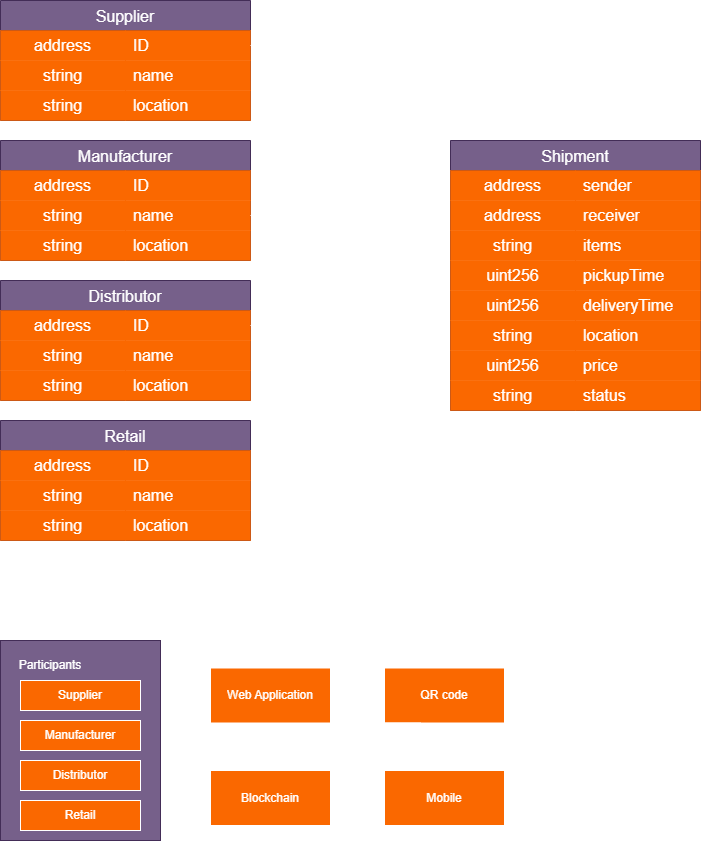
Before: gambar/sistem.png, a diagram exported from draw.io (AdityaPTN/ubikom-project). Source tidied: cells renumbered, new cells last; positions are measured from the earlier drawing's top-left corner, leaving out a move shared by most shapes.
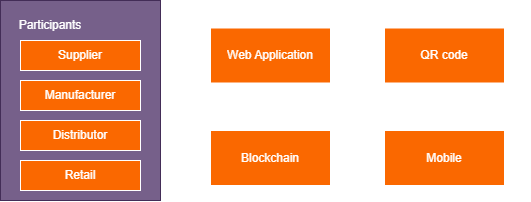
After the commit.

Change to the diagram source:
```diff
@@ -4,214 +4,2 @@
     <mxCell id="1" parent="0" />
-    <mxCell id="2" value="Supplier" style="shape=table;startSize=30;rowLines=0;fontStyle=0;fontSize=16;fillColor=#76608a;strokeColor=#432D57;fontColor=#ffffff;" parent="1" vertex="1">
-      <mxGeometry width="250" height="120" as="geometry" />
-    </mxCell>
-    <mxCell id="3" style="shape=tableRow;horizontal=0;startSize=0;swimlaneHead=0;swimlaneBody=0;top=0;left=0;bottom=0;right=0;points=[[0,0.5],[1,0.5]];portConstraint=eastwest;fontSize=16;fillColor=#fa6800;strokeColor=#FFFFFF;fontColor=#FFFFFF;" parent="2" vertex="1">
-      <mxGeometry y="30" width="250" height="30" as="geometry" />
-    </mxCell>
-    <mxCell id="4" value="address" style="shape=partialRectangle;html=1;whiteSpace=wrap;top=0;left=0;bottom=0;right=0;overflow=hidden;fontSize=16;fillColor=#fa6800;strokeColor=#FFFFFF;fontColor=#FFFFFF;" parent="3" vertex="1">
-      <mxGeometry width="125" height="30" as="geometry" />
-    </mxCell>
-    <mxCell id="5" value="ID" style="shape=partialRectangle;html=1;whiteSpace=wrap;top=0;left=0;bottom=0;right=0;align=left;spacingLeft=6;overflow=hidden;fontSize=16;fillColor=#fa6800;strokeColor=#FFFFFF;fontColor=#FFFFFF;" parent="3" vertex="1">
-      <mxGeometry x="125" width="125" height="30" as="geometry" />
-    </mxCell>
-    <mxCell id="6" style="shape=tableRow;horizontal=0;startSize=0;swimlaneHead=0;swimlaneBody=0;top=0;left=0;bottom=0;right=0;fontSize=16;fillColor=#fa6800;strokeColor=#FFFFFF;fontColor=#FFFFFF;" parent="2" vertex="1">
-      <mxGeometry y="60" width="250" height="30" as="geometry" />
-    </mxCell>
-    <mxCell id="7" value="string" style="shape=partialRectangle;html=1;whiteSpace=wrap;top=0;left=0;bottom=0;right=0;overflow=hidden;fontSize=16;fillColor=#fa6800;strokeColor=#FFFFFF;fontColor=#FFFFFF;" parent="6" vertex="1">
-      <mxGeometry width="125" height="30" as="geometry" />
-    </mxCell>
-    <mxCell id="8" value="name" style="shape=partialRectangle;html=1;whiteSpace=wrap;top=0;left=0;bottom=0;right=0;align=left;spacingLeft=6;overflow=hidden;fontSize=16;fillColor=#fa6800;strokeColor=#FFFFFF;fontColor=#FFFFFF;" parent="6" vertex="1">
-      <mxGeometry x="125" width="125" height="30" as="geometry" />
-    </mxCell>
-    <mxCell id="9" style="shape=tableRow;horizontal=0;startSize=0;swimlaneHead=0;swimlaneBody=0;top=0;left=0;bottom=0;right=0;fontSize=16;fillColor=#fa6800;strokeColor=#FFFFFF;fontColor=#FFFFFF;" parent="2" vertex="1">
-      <mxGeometry y="90" width="250" height="30" as="geometry" />
-    </mxCell>
-    <mxCell id="10" value="string" style="shape=partialRectangle;html=1;whiteSpace=wrap;top=0;left=0;bottom=0;right=0;overflow=hidden;fontSize=16;fillColor=#fa6800;strokeColor=#FFFFFF;fontColor=#FFFFFF;" parent="9" vertex="1">
-      <mxGeometry width="125" height="30" as="geometry" />
-    </mxCell>
-    <mxCell id="11" value="location" style="shape=partialRectangle;html=1;whiteSpace=wrap;top=0;left=0;bottom=0;right=0;align=left;spacingLeft=6;overflow=hidden;fontSize=16;fillColor=#fa6800;strokeColor=#FFFFFF;fontColor=#FFFFFF;" parent="9" vertex="1">
-      <mxGeometry x="125" width="125" height="30" as="geometry" />
-    </mxCell>
-    <mxCell id="12" value="Shipment" style="shape=table;startSize=30;rowLines=0;fontStyle=0;fontSize=16;fillColor=#76608a;strokeColor=#432D57;fontColor=#ffffff;" parent="1" vertex="1">
-      <mxGeometry x="450" y="140" width="250" height="270" as="geometry" />
-    </mxCell>
-    <mxCell id="13" style="shape=tableRow;horizontal=0;startSize=0;swimlaneHead=0;swimlaneBody=0;top=0;left=0;bottom=0;right=0;fontSize=16;fillColor=#fa6800;strokeColor=#FFFFFF;fontColor=#FFFFFF;" parent="12" vertex="1">
-      <mxGeometry y="30" width="250" height="30" as="geometry" />
-    </mxCell>
-    <mxCell id="14" value="address" style="shape=partialRectangle;html=1;whiteSpace=wrap;top=0;left=0;bottom=0;right=0;overflow=hidden;fontSize=16;fillColor=#fa6800;strokeColor=#FFFFFF;fontColor=#FFFFFF;" parent="13" vertex="1">
-      <mxGeometry width="125" height="30" as="geometry" />
-    </mxCell>
-    <mxCell id="15" value="sender" style="shape=partialRectangle;html=1;whiteSpace=wrap;top=0;left=0;bottom=0;right=0;align=left;spacingLeft=6;overflow=hidden;fontSize=16;fillColor=#fa6800;strokeColor=#FFFFFF;fontColor=#FFFFFF;" parent="13" vertex="1">
-      <mxGeometry x="125" width="125" height="30" as="geometry" />
-    </mxCell>
-    <mxCell id="16" style="shape=tableRow;horizontal=0;startSize=0;swimlaneHead=0;swimlaneBody=0;top=0;left=0;bottom=0;right=0;fontSize=16;fillColor=#fa6800;strokeColor=#FFFFFF;fontColor=#FFFFFF;" parent="12" vertex="1">
-      <mxGeometry y="60" width="250" height="30" as="geometry" />
-    </mxCell>
-    <mxCell id="17" value="address" style="shape=partialRectangle;html=1;whiteSpace=wrap;top=0;left=0;bottom=0;right=0;overflow=hidden;fontSize=16;fillColor=#fa6800;strokeColor=#FFFFFF;fontColor=#FFFFFF;" parent="16" vertex="1">
-      <mxGeometry width="125" height="30" as="geometry" />
-    </mxCell>
-    <mxCell id="18" value="receiver" style="shape=partialRectangle;html=1;whiteSpace=wrap;top=0;left=0;bottom=0;right=0;align=left;spacingLeft=6;overflow=hidden;fontSize=16;fillColor=#fa6800;strokeColor=#FFFFFF;fontColor=#FFFFFF;" parent="16" vertex="1">
-      <mxGeometry x="125" width="125" height="30" as="geometry" />
-    </mxCell>
-    <mxCell id="19" style="shape=tableRow;horizontal=0;startSize=0;swimlaneHead=0;swimlaneBody=0;top=0;left=0;bottom=0;right=0;fontSize=16;fillColor=#fa6800;strokeColor=#FFFFFF;fontColor=#FFFFFF;" parent="12" vertex="1">
-      <mxGeometry y="90" width="250" height="30" as="geometry" />
-    </mxCell>
-    <mxCell id="20" value="string" style="shape=partialRectangle;html=1;whiteSpace=wrap;top=0;left=0;bottom=0;right=0;overflow=hidden;fontSize=16;fillColor=#fa6800;strokeColor=#FFFFFF;fontColor=#FFFFFF;" parent="19" vertex="1">
-      <mxGeometry width="125" height="30" as="geometry" />
-    </mxCell>
-    <mxCell id="21" value="items" style="shape=partialRectangle;html=1;whiteSpace=wrap;top=0;left=0;bottom=0;right=0;align=left;spacingLeft=6;overflow=hidden;fontSize=16;fillColor=#fa6800;strokeColor=#FFFFFF;fontColor=#FFFFFF;" parent="19" vertex="1">
-      <mxGeometry x="125" width="125" height="30" as="geometry" />
-    </mxCell>
-    <mxCell id="22" style="shape=tableRow;horizontal=0;startSize=0;swimlaneHead=0;swimlaneBody=0;top=0;left=0;bottom=0;right=0;points=[[0,0.5],[1,0.5]];portConstraint=eastwest;fontSize=16;fillColor=#fa6800;strokeColor=#FFFFFF;fontColor=#FFFFFF;" parent="12" vertex="1">
-      <mxGeometry y="120" width="250" height="30" as="geometry" />
-    </mxCell>
-    <mxCell id="23" value="uint256" style="shape=partialRectangle;html=1;whiteSpace=wrap;top=0;left=0;bottom=0;right=0;overflow=hidden;fontSize=16;fillColor=#fa6800;strokeColor=#FFFFFF;fontColor=#FFFFFF;" parent="22" vertex="1">
-      <mxGeometry width="125" height="30" as="geometry" />
-    </mxCell>
-    <mxCell id="24" value="pickupTime" style="shape=partialRectangle;html=1;whiteSpace=wrap;top=0;left=0;bottom=0;right=0;align=left;spacingLeft=6;overflow=hidden;fontSize=16;fillColor=#fa6800;strokeColor=#FFFFFF;fontColor=#FFFFFF;" parent="22" vertex="1">
-      <mxGeometry x="125" width="125" height="30" as="geometry" />
-    </mxCell>
-    <mxCell id="25" style="shape=tableRow;horizontal=0;startSize=0;swimlaneHead=0;swimlaneBody=0;top=0;left=0;bottom=0;right=0;fontSize=16;fillColor=#fa6800;strokeColor=#FFFFFF;fontColor=#FFFFFF;" parent="12" vertex="1">
-      <mxGeometry y="150" width="250" height="30" as="geometry" />
-    </mxCell>
-    <mxCell id="26" value="uint256" style="shape=partialRectangle;html=1;whiteSpace=wrap;top=0;left=0;bottom=0;right=0;overflow=hidden;fontSize=16;fillColor=#fa6800;strokeColor=#FFFFFF;fontColor=#FFFFFF;" parent="25" vertex="1">
-      <mxGeometry width="125" height="30" as="geometry" />
-    </mxCell>
-    <mxCell id="27" value="deliveryTime" style="shape=partialRectangle;html=1;whiteSpace=wrap;top=0;left=0;bottom=0;right=0;align=left;spacingLeft=6;overflow=hidden;fontSize=16;fillColor=#fa6800;strokeColor=#FFFFFF;fontColor=#FFFFFF;" parent="25" vertex="1">
-      <mxGeometry x="125" width="125" height="30" as="geometry" />
-    </mxCell>
-    <mxCell id="28" style="shape=tableRow;horizontal=0;startSize=0;swimlaneHead=0;swimlaneBody=0;top=0;left=0;bottom=0;right=0;fontSize=16;fillColor=#fa6800;strokeColor=#FFFFFF;fontColor=#FFFFFF;" parent="12" vertex="1">
-      <mxGeometry y="180" width="250" height="30" as="geometry" />
-    </mxCell>
-    <mxCell id="29" value="string" style="shape=partialRectangle;html=1;whiteSpace=wrap;top=0;left=0;bottom=0;right=0;overflow=hidden;fontSize=16;fillColor=#fa6800;strokeColor=#FFFFFF;fontColor=#FFFFFF;" parent="28" vertex="1">
-      <mxGeometry width="125" height="30" as="geometry" />
-    </mxCell>
-    <mxCell id="30" value="location" style="shape=partialRectangle;html=1;whiteSpace=wrap;top=0;left=0;bottom=0;right=0;align=left;spacingLeft=6;overflow=hidden;fontSize=16;fillColor=#fa6800;strokeColor=#FFFFFF;fontColor=#FFFFFF;" parent="28" vertex="1">
-      <mxGeometry x="125" width="125" height="30" as="geometry" />
-    </mxCell>
-    <mxCell id="31" style="shape=tableRow;horizontal=0;startSize=0;swimlaneHead=0;swimlaneBody=0;top=0;left=0;bottom=0;right=0;fontSize=16;fillColor=#fa6800;strokeColor=#FFFFFF;fontColor=#FFFFFF;" parent="12" vertex="1">
-      <mxGeometry y="210" width="250" height="30" as="geometry" />
-    </mxCell>
-    <mxCell id="32" value="uint256" style="shape=partialRectangle;html=1;whiteSpace=wrap;top=0;left=0;bottom=0;right=0;overflow=hidden;fontSize=16;fillColor=#fa6800;strokeColor=#FFFFFF;fontColor=#FFFFFF;" parent="31" vertex="1">
-      <mxGeometry width="125" height="30" as="geometry" />
-    </mxCell>
-    <mxCell id="33" value="price" style="shape=partialRectangle;html=1;whiteSpace=wrap;top=0;left=0;bottom=0;right=0;align=left;spacingLeft=6;overflow=hidden;fontSize=16;fillColor=#fa6800;strokeColor=#FFFFFF;fontColor=#FFFFFF;" parent="31" vertex="1">
-      <mxGeometry x="125" width="125" height="30" as="geometry" />
-    </mxCell>
-    <mxCell id="34" style="shape=tableRow;horizontal=0;startSize=0;swimlaneHead=0;swimlaneBody=0;top=0;left=0;bottom=0;right=0;fontSize=16;fillColor=#fa6800;strokeColor=#FFFFFF;fontColor=#FFFFFF;" parent="12" vertex="1">
-      <mxGeometry y="240" width="250" height="30" as="geometry" />
-    </mxCell>
-    <mxCell id="35" value="string" style="shape=partialRectangle;html=1;whiteSpace=wrap;top=0;left=0;bottom=0;right=0;overflow=hidden;fontSize=16;fillColor=#fa6800;strokeColor=#FFFFFF;fontColor=#FFFFFF;" parent="34" vertex="1">
-      <mxGeometry width="125" height="30" as="geometry" />
-    </mxCell>
-    <mxCell id="36" value="status" style="shape=partialRectangle;html=1;whiteSpace=wrap;top=0;left=0;bottom=0;right=0;align=left;spacingLeft=6;overflow=hidden;fontSize=16;fillColor=#fa6800;strokeColor=#FFFFFF;fontColor=#FFFFFF;" parent="34" vertex="1">
-      <mxGeometry x="125" width="125" height="30" as="geometry" />
-    </mxCell>
-    <mxCell id="37" value="Manufacturer" style="shape=table;startSize=30;rowLines=0;fontStyle=0;fontSize=16;fillColor=#76608a;strokeColor=#432D57;fontColor=#ffffff;" parent="1" vertex="1">
-      <mxGeometry y="140" width="250" height="120" as="geometry" />
-    </mxCell>
-    <mxCell id="38" style="shape=tableRow;horizontal=0;startSize=0;swimlaneHead=0;swimlaneBody=0;top=0;left=0;bottom=0;right=0;fontSize=16;fillColor=#fa6800;strokeColor=#FFFFFF;fontColor=#FFFFFF;" parent="37" vertex="1">
-      <mxGeometry y="30" width="250" height="30" as="geometry" />
-    </mxCell>
-    <mxCell id="39" value="address" style="shape=partialRectangle;html=1;whiteSpace=wrap;top=0;left=0;bottom=0;right=0;overflow=hidden;fontSize=16;fillColor=#fa6800;strokeColor=#FFFFFF;fontColor=#FFFFFF;" parent="38" vertex="1">
-      <mxGeometry width="125" height="30" as="geometry" />
-    </mxCell>
-    <mxCell id="40" value="ID" style="shape=partialRectangle;html=1;whiteSpace=wrap;top=0;left=0;bottom=0;right=0;align=left;spacingLeft=6;overflow=hidden;fontSize=16;fillColor=#fa6800;strokeColor=#FFFFFF;fontColor=#FFFFFF;" parent="38" vertex="1">
-      <mxGeometry x="125" width="125" height="30" as="geometry" />
-    </mxCell>
-    <mxCell id="41" style="shape=tableRow;horizontal=0;startSize=0;swimlaneHead=0;swimlaneBody=0;top=0;left=0;bottom=0;right=0;points=[[0,0.5],[1,0.5]];portConstraint=eastwest;fontSize=16;fillColor=#fa6800;strokeColor=#FFFFFF;fontColor=#FFFFFF;" parent="37" vertex="1">
-      <mxGeometry y="60" width="250" height="30" as="geometry" />
-    </mxCell>
-    <mxCell id="42" value="string" style="shape=partialRectangle;html=1;whiteSpace=wrap;top=0;left=0;bottom=0;right=0;overflow=hidden;fontSize=16;fillColor=#fa6800;strokeColor=#FFFFFF;fontColor=#FFFFFF;" parent="41" vertex="1">
-      <mxGeometry width="125" height="30" as="geometry" />
-    </mxCell>
-    <mxCell id="43" value="name" style="shape=partialRectangle;html=1;whiteSpace=wrap;top=0;left=0;bottom=0;right=0;align=left;spacingLeft=6;overflow=hidden;fontSize=16;fillColor=#fa6800;strokeColor=#FFFFFF;fontColor=#FFFFFF;" parent="41" vertex="1">
-      <mxGeometry x="125" width="125" height="30" as="geometry" />
-    </mxCell>
-    <mxCell id="44" style="shape=tableRow;horizontal=0;startSize=0;swimlaneHead=0;swimlaneBody=0;top=0;left=0;bottom=0;right=0;fontSize=16;fillColor=#fa6800;strokeColor=#FFFFFF;fontColor=#FFFFFF;" parent="37" vertex="1">
-      <mxGeometry y="90" width="250" height="30" as="geometry" />
-    </mxCell>
-    <mxCell id="45" value="string" style="shape=partialRectangle;html=1;whiteSpace=wrap;top=0;left=0;bottom=0;right=0;overflow=hidden;fontSize=16;fillColor=#fa6800;strokeColor=#FFFFFF;fontColor=#FFFFFF;" parent="44" vertex="1">
-      <mxGeometry width="125" height="30" as="geometry" />
-    </mxCell>
-    <mxCell id="46" value="location" style="shape=partialRectangle;html=1;whiteSpace=wrap;top=0;left=0;bottom=0;right=0;align=left;spacingLeft=6;overflow=hidden;fontSize=16;fillColor=#fa6800;strokeColor=#FFFFFF;fontColor=#FFFFFF;" parent="44" vertex="1">
-      <mxGeometry x="125" width="125" height="30" as="geometry" />
-    </mxCell>
-    <mxCell id="47" value="Distributor" style="shape=table;startSize=30;rowLines=0;fontStyle=0;fontSize=16;fillColor=#76608a;strokeColor=#432D57;fontColor=#ffffff;" parent="1" vertex="1">
-      <mxGeometry y="280" width="250" height="120" as="geometry" />
-    </mxCell>
-    <mxCell id="48" style="shape=tableRow;horizontal=0;startSize=0;swimlaneHead=0;swimlaneBody=0;top=0;left=0;bottom=0;right=0;points=[[0,0.5],[1,0.5]];portConstraint=eastwest;fontSize=16;fillColor=#fa6800;strokeColor=#FFFFFF;fontColor=#FFFFFF;" parent="47" vertex="1">
-      <mxGeometry y="30" width="250" height="30" as="geometry" />
-    </mxCell>
-    <mxCell id="49" value="address" style="shape=partialRectangle;html=1;whiteSpace=wrap;top=0;left=0;bottom=0;right=0;overflow=hidden;fontSize=16;fillColor=#fa6800;strokeColor=#FFFFFF;fontColor=#FFFFFF;" parent="48" vertex="1">
-      <mxGeometry width="125" height="30" as="geometry" />
-    </mxCell>
-    <mxCell id="50" value="ID" style="shape=partialRectangle;html=1;whiteSpace=wrap;top=0;left=0;bottom=0;right=0;align=left;spacingLeft=6;overflow=hidden;fontSize=16;fillColor=#fa6800;strokeColor=#FFFFFF;fontColor=#FFFFFF;" parent="48" vertex="1">
-      <mxGeometry x="125" width="125" height="30" as="geometry" />
-    </mxCell>
-    <mxCell id="51" style="shape=tableRow;horizontal=0;startSize=0;swimlaneHead=0;swimlaneBody=0;top=0;left=0;bottom=0;right=0;fontSize=16;fillColor=#fa6800;strokeColor=#FFFFFF;fontColor=#FFFFFF;" parent="47" vertex="1">
-      <mxGeometry y="60" width="250" height="30" as="geometry" />
-    </mxCell>
-    <mxCell id="52" value="string" style="shape=partialRectangle;html=1;whiteSpace=wrap;top=0;left=0;bottom=0;right=0;overflow=hidden;fontSize=16;fillColor=#fa6800;strokeColor=#FFFFFF;fontColor=#FFFFFF;" parent="51" vertex="1">
-      <mxGeometry width="125" height="30" as="geometry" />
-    </mxCell>
-    <mxCell id="53" value="name" style="shape=partialRectangle;html=1;whiteSpace=wrap;top=0;left=0;bottom=0;right=0;align=left;spacingLeft=6;overflow=hidden;fontSize=16;fillColor=#fa6800;strokeColor=#FFFFFF;fontColor=#FFFFFF;" parent="51" vertex="1">
-      <mxGeometry x="125" width="125" height="30" as="geometry" />
-    </mxCell>
-    <mxCell id="54" style="shape=tableRow;horizontal=0;startSize=0;swimlaneHead=0;swimlaneBody=0;top=0;left=0;bottom=0;right=0;fontSize=16;fillColor=#fa6800;strokeColor=#FFFFFF;fontColor=#FFFFFF;" parent="47" vertex="1">
-      <mxGeometry y="90" width="250" height="30" as="geometry" />
-    </mxCell>
-    <mxCell id="55" value="string" style="shape=partialRectangle;html=1;whiteSpace=wrap;top=0;left=0;bottom=0;right=0;overflow=hidden;fontSize=16;fillColor=#fa6800;strokeColor=#FFFFFF;fontColor=#FFFFFF;" parent="54" vertex="1">
-      <mxGeometry width="125" height="30" as="geometry" />
-    </mxCell>
-    <mxCell id="56" value="location" style="shape=partialRectangle;html=1;whiteSpace=wrap;top=0;left=0;bottom=0;right=0;align=left;spacingLeft=6;overflow=hidden;fontSize=16;fillColor=#fa6800;strokeColor=#FFFFFF;fontColor=#FFFFFF;" parent="54" vertex="1">
-      <mxGeometry x="125" width="125" height="30" as="geometry" />
-    </mxCell>
-    <mxCell id="57" style="edgeStyle=orthogonalEdgeStyle;rounded=0;jettySize=auto;html=1;entryX=0;entryY=0.5;entryDx=0;entryDy=0;fillColor=#fa6800;strokeColor=#FFFFFF;fontColor=#FFFFFF;" parent="1" edge="1" source="58" target="22">
-      <mxGeometry relative="1" as="geometry">
-        <Array as="points">
-          <mxPoint x="350" y="480" />
-          <mxPoint x="350" y="275" />
-        </Array>
-      </mxGeometry>
-    </mxCell>
-    <mxCell id="58" value="Retail" style="shape=table;startSize=30;rowLines=0;fontStyle=0;fontSize=16;fillColor=#76608a;strokeColor=#432D57;fontColor=#ffffff;" parent="1" vertex="1">
-      <mxGeometry y="420" width="250" height="120" as="geometry" />
-    </mxCell>
-    <mxCell id="59" style="shape=tableRow;horizontal=0;startSize=0;swimlaneHead=0;swimlaneBody=0;top=0;left=0;bottom=0;right=0;fontSize=16;fillColor=#fa6800;strokeColor=#FFFFFF;fontColor=#FFFFFF;" parent="58" vertex="1">
-      <mxGeometry y="30" width="250" height="30" as="geometry" />
-    </mxCell>
-    <mxCell id="60" value="address" style="shape=partialRectangle;html=1;whiteSpace=wrap;top=0;left=0;bottom=0;right=0;overflow=hidden;fontSize=16;fillColor=#fa6800;strokeColor=#FFFFFF;fontColor=#FFFFFF;" parent="59" vertex="1">
-      <mxGeometry width="125" height="30" as="geometry" />
-    </mxCell>
-    <mxCell id="61" value="ID" style="shape=partialRectangle;html=1;whiteSpace=wrap;top=0;left=0;bottom=0;right=0;align=left;spacingLeft=6;overflow=hidden;fontSize=16;fillColor=#fa6800;strokeColor=#FFFFFF;fontColor=#FFFFFF;" parent="59" vertex="1">
-      <mxGeometry x="125" width="125" height="30" as="geometry" />
-    </mxCell>
-    <mxCell id="62" style="shape=tableRow;horizontal=0;startSize=0;swimlaneHead=0;swimlaneBody=0;top=0;left=0;bottom=0;right=0;fontSize=16;fillColor=#fa6800;strokeColor=#FFFFFF;fontColor=#FFFFFF;" parent="58" vertex="1">
-      <mxGeometry y="60" width="250" height="30" as="geometry" />
-    </mxCell>
-    <mxCell id="63" value="string" style="shape=partialRectangle;html=1;whiteSpace=wrap;top=0;left=0;bottom=0;right=0;overflow=hidden;fontSize=16;fillColor=#fa6800;strokeColor=#FFFFFF;fontColor=#FFFFFF;" parent="62" vertex="1">
-      <mxGeometry width="125" height="30" as="geometry" />
-    </mxCell>
-    <mxCell id="64" value="name" style="shape=partialRectangle;html=1;whiteSpace=wrap;top=0;left=0;bottom=0;right=0;align=left;spacingLeft=6;overflow=hidden;fontSize=16;fillColor=#fa6800;strokeColor=#FFFFFF;fontColor=#FFFFFF;" parent="62" vertex="1">
-      <mxGeometry x="125" width="125" height="30" as="geometry" />
-    </mxCell>
-    <mxCell id="65" style="shape=tableRow;horizontal=0;startSize=0;swimlaneHead=0;swimlaneBody=0;top=0;left=0;bottom=0;right=0;fontSize=16;fillColor=#fa6800;strokeColor=#FFFFFF;fontColor=#FFFFFF;" parent="58" vertex="1">
-      <mxGeometry y="90" width="250" height="30" as="geometry" />
-    </mxCell>
-    <mxCell id="66" value="string" style="shape=partialRectangle;html=1;whiteSpace=wrap;top=0;left=0;bottom=0;right=0;overflow=hidden;fontSize=16;fillColor=#fa6800;strokeColor=#FFFFFF;fontColor=#FFFFFF;" parent="65" vertex="1">
-      <mxGeometry width="125" height="30" as="geometry" />
-    </mxCell>
-    <mxCell id="67" value="location" style="shape=partialRectangle;html=1;whiteSpace=wrap;top=0;left=0;bottom=0;right=0;align=left;spacingLeft=6;overflow=hidden;fontSize=16;fillColor=#fa6800;strokeColor=#FFFFFF;fontColor=#FFFFFF;" parent="65" vertex="1">
-      <mxGeometry x="125" width="125" height="30" as="geometry" />
-    </mxCell>
-    <mxCell id="68" style="edgeStyle=orthogonalEdgeStyle;rounded=0;jettySize=auto;html=1;entryX=0;entryY=0.5;entryDx=0;entryDy=0;fillColor=#fa6800;strokeColor=#FFFFFF;fontColor=#FFFFFF;" parent="1" edge="1" source="3" target="22">
-      <mxGeometry relative="1" as="geometry" />
-    </mxCell>
-    <mxCell id="69" style="edgeStyle=orthogonalEdgeStyle;rounded=0;jettySize=auto;html=1;entryX=0;entryY=0.5;entryDx=0;entryDy=0;fillColor=#fa6800;strokeColor=#FFFFFF;fontColor=#FFFFFF;" parent="1" edge="1" source="41" target="22">
-      <mxGeometry relative="1" as="geometry" />
-    </mxCell>
-    <mxCell id="70" style="edgeStyle=orthogonalEdgeStyle;rounded=0;jettySize=auto;html=1;entryX=0;entryY=0.5;entryDx=0;entryDy=0;fillColor=#fa6800;strokeColor=#FFFFFF;fontColor=#FFFFFF;" parent="1" edge="1" source="48" target="22">
-      <mxGeometry relative="1" as="geometry" />
-    </mxCell>
     <mxCell id="71" style="edgeStyle=orthogonalEdgeStyle;rounded=0;jettySize=auto;html=1;entryX=0;entryY=0.5;entryDx=0;entryDy=0;fontColor=#FFFFFF;labelBackgroundColor=none;fillColor=#fa6800;strokeColor=#FFFFFF;" parent="1" edge="1" source="72" target="80">
@@ -262,6 +50,6 @@
     </mxCell>
-    <mxCell id="83" value="Transaction" style="text;html=1;strokeColor=#FFFFFF;fillColor=none;align=center;verticalAlign=middle;whiteSpace=wrap;rounded=0;fontColor=#FFFFFF;labelBackgroundColor=none;" parent="1" vertex="1">
+    <mxCell id="83" value="Transaction" style="text;html=1;strokeColor=none;fillColor=none;align=center;verticalAlign=middle;whiteSpace=wrap;rounded=0;fontColor=#FFFFFF;labelBackgroundColor=none;" parent="1" vertex="1">
       <mxGeometry x="170" y="745" width="60" height="25" as="geometry" />
     </mxCell>
-    <mxCell id="84" value="Result" style="text;html=1;strokeColor=#FFFFFF;fillColor=none;align=center;verticalAlign=middle;whiteSpace=wrap;rounded=0;fontColor=#FFFFFF;labelBackgroundColor=none;" parent="1" vertex="1">
+    <mxCell id="84" value="Result" style="text;html=1;strokeColor=none;fillColor=none;align=center;verticalAlign=middle;whiteSpace=wrap;rounded=0;fontColor=#FFFFFF;labelBackgroundColor=none;" parent="1" vertex="1">
       <mxGeometry x="294" y="727.5" width="60" height="25" as="geometry" />
@@ -293,6 +81,6 @@
     </mxCell>
-    <mxCell id="90" value="Result" style="text;html=1;strokeColor=#FFFFFF;fillColor=none;align=center;verticalAlign=middle;whiteSpace=wrap;rounded=0;fontColor=#FFFFFF;labelBackgroundColor=none;" parent="1" vertex="1">
+    <mxCell id="90" value="Result" style="text;html=1;strokeColor=none;fillColor=none;align=center;verticalAlign=middle;whiteSpace=wrap;rounded=0;fontColor=#FFFFFF;labelBackgroundColor=none;" parent="1" vertex="1">
       <mxGeometry x="470" y="740" width="60" height="30" as="geometry" />
     </mxCell>
-    <mxCell id="91" value="Scan" style="text;html=1;strokeColor=#FFFFFF;fillColor=none;align=center;verticalAlign=middle;whiteSpace=wrap;rounded=0;fontColor=#FFFFFF;labelBackgroundColor=none;" parent="1" vertex="1">
+    <mxCell id="91" value="Scan" style="text;html=1;strokeColor=none;fillColor=none;align=center;verticalAlign=middle;whiteSpace=wrap;rounded=0;fontColor=#FFFFFF;labelBackgroundColor=none;" parent="1" vertex="1">
       <mxGeometry x="360" y="722.5" width="60" height="30" as="geometry" />
```
